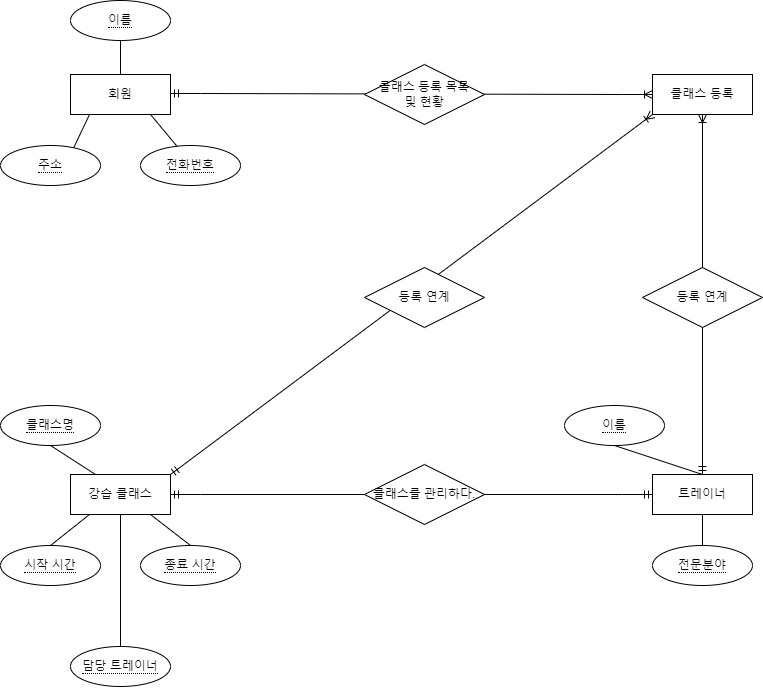
Above: Test/Question01_Diagram.png in EstherOVO/MySQL_Study (draw.io), before the change. Source tidied: cells renumbered, new cells last; positions are measured from the earlier drawing's top-left corner, leaving out a move shared by most shapes.
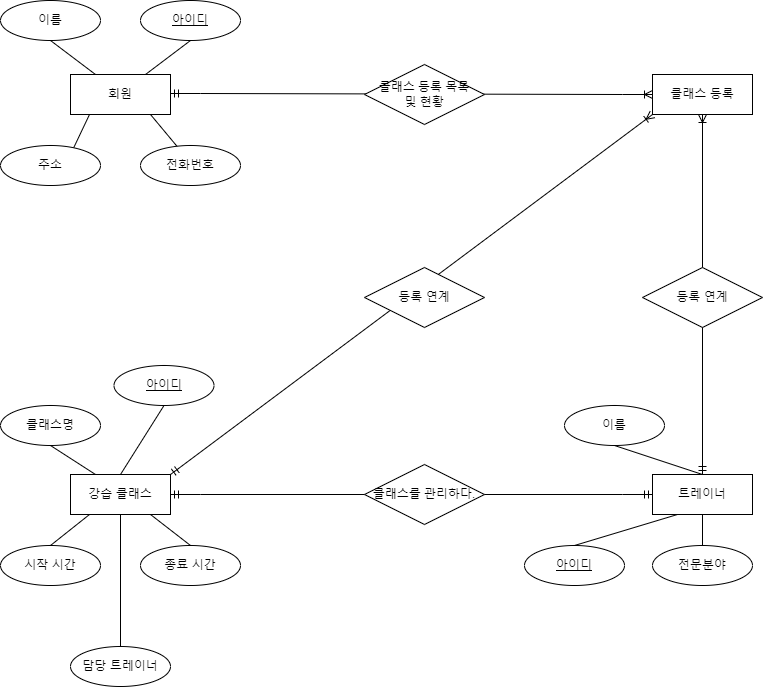
Later version of the same file.

Change to the diagram source:
```diff
@@ -28,7 +28,7 @@
         <mxPoint x="150" y="114" as="targetPoint" />
       </mxGeometry>
     </mxCell>
-    <mxCell id="9" value="&lt;span style=&quot;border-bottom: 1px dotted&quot;&gt;전화번호&lt;/span&gt;" style="ellipse;whiteSpace=wrap;html=1;align=center;" parent="1" vertex="1">
+    <mxCell id="9" value="전화번호" style="ellipse;whiteSpace=wrap;align=center;" parent="1" vertex="1">
       <mxGeometry x="140" y="145" width="100" height="40" as="geometry" />
     </mxCell>
     <mxCell id="10" style="endArrow=none;html=1;rounded=0;entryX=0.19;entryY=1;entryDx=0;entryDy=0;entryPerimeter=0;" parent="1" edge="1" target="3">
@@ -36,25 +36,25 @@
         <mxPoint x="60" y="175" as="sourcePoint" />
       </mxGeometry>
     </mxCell>
-    <mxCell id="11" value="&lt;span style=&quot;border-bottom: 1px dotted&quot;&gt;주소&lt;/span&gt;" style="ellipse;whiteSpace=wrap;html=1;align=center;" parent="1" vertex="1">
+    <mxCell id="11" value="주소" style="ellipse;whiteSpace=wrap;align=center;" parent="1" vertex="1">
       <mxGeometry y="145" width="100" height="40" as="geometry" />
     </mxCell>
-    <mxCell id="12" style="endArrow=none;html=1;rounded=0;entryX=0.5;entryY=0;entryDx=0;entryDy=0;exitX=0.5;exitY=1;exitDx=0;exitDy=0;" parent="1" edge="1" source="13" target="3">
+    <mxCell id="12" style="endArrow=none;html=1;rounded=0;entryX=0.25;entryY=0;entryDx=0;entryDy=0;exitX=0.5;exitY=1;exitDx=0;exitDy=0;" parent="1" edge="1" source="13" target="3">
       <mxGeometry relative="1" as="geometry" />
     </mxCell>
-    <mxCell id="13" value="&lt;span style=&quot;border-bottom: 1px dotted&quot;&gt;이름&lt;/span&gt;" style="ellipse;whiteSpace=wrap;html=1;align=center;" parent="1" vertex="1">
-      <mxGeometry x="70" width="100" height="40" as="geometry" />
+    <mxCell id="13" value="이름" style="ellipse;whiteSpace=wrap;align=center;fontStyle=0;verticalAlign=middle;" parent="1" vertex="1">
+      <mxGeometry width="100" height="40" as="geometry" />
     </mxCell>
     <mxCell id="14" style="endArrow=none;html=1;rounded=0;entryX=0.5;entryY=1;entryDx=0;entryDy=0;exitX=0.5;exitY=0;exitDx=0;exitDy=0;" parent="1" edge="1" source="15" target="4">
       <mxGeometry relative="1" as="geometry" />
     </mxCell>
-    <mxCell id="15" value="&lt;span style=&quot;border-bottom: 1px dotted&quot;&gt;전문분야&lt;/span&gt;" style="ellipse;whiteSpace=wrap;html=1;align=center;" parent="1" vertex="1">
+    <mxCell id="15" value="전문분야" style="ellipse;whiteSpace=wrap;align=center;" parent="1" vertex="1">
       <mxGeometry x="652" y="545" width="100" height="40" as="geometry" />
     </mxCell>
     <mxCell id="16" style="endArrow=none;html=1;rounded=0;exitX=0.5;exitY=1;exitDx=0;exitDy=0;entryX=0.5;entryY=0;entryDx=0;entryDy=0;" parent="1" edge="1" source="17" target="4">
       <mxGeometry relative="1" as="geometry" />
     </mxCell>
-    <mxCell id="17" value="&lt;span style=&quot;border-bottom: 1px dotted&quot;&gt;이름&lt;/span&gt;" style="ellipse;whiteSpace=wrap;html=1;align=center;" parent="1" vertex="1">
+    <mxCell id="17" value="이름" style="ellipse;whiteSpace=wrap;align=center;" parent="1" vertex="1">
       <mxGeometry x="564" y="405" width="100" height="40" as="geometry" />
     </mxCell>
     <mxCell id="18" style="endArrow=none;html=1;rounded=0;exitX=0.5;exitY=0;exitDx=0;exitDy=0;" parent="1" edge="1" source="19">
@@ -62,7 +62,7 @@
         <mxPoint x="150" y="514" as="targetPoint" />
       </mxGeometry>
     </mxCell>
-    <mxCell id="19" value="&lt;span style=&quot;border-bottom: 1px dotted&quot;&gt;종료 시간&lt;/span&gt;" style="ellipse;whiteSpace=wrap;html=1;align=center;" parent="1" vertex="1">
+    <mxCell id="19" value="종료 시간" style="ellipse;whiteSpace=wrap;align=center;" parent="1" vertex="1">
       <mxGeometry x="140" y="545" width="100" height="40" as="geometry" />
     </mxCell>
     <mxCell id="20" style="endArrow=none;html=1;rounded=0;entryX=0.19;entryY=1;entryDx=0;entryDy=0;entryPerimeter=0;exitX=0.5;exitY=0;exitDx=0;exitDy=0;" parent="1" edge="1" source="21">
@@ -70,19 +70,19 @@
         <mxPoint x="89" y="514" as="targetPoint" />
       </mxGeometry>
     </mxCell>
-    <mxCell id="21" value="&lt;span style=&quot;border-bottom: 1px dotted&quot;&gt;시작 시간&lt;/span&gt;" style="ellipse;whiteSpace=wrap;html=1;align=center;" parent="1" vertex="1">
+    <mxCell id="21" value="시작 시간" style="ellipse;whiteSpace=wrap;align=center;" parent="1" vertex="1">
       <mxGeometry y="545" width="100" height="40" as="geometry" />
     </mxCell>
     <mxCell id="22" style="endArrow=none;html=1;rounded=0;entryX=0.5;entryY=1;entryDx=0;entryDy=0;exitX=0.5;exitY=1;exitDx=0;exitDy=0;" parent="1" edge="1" source="23" target="5">
       <mxGeometry relative="1" as="geometry" />
     </mxCell>
-    <mxCell id="23" value="&lt;span style=&quot;border-bottom: 1px dotted&quot;&gt;담당 트레이너&lt;/span&gt;" style="ellipse;whiteSpace=wrap;html=1;align=center;" parent="1" vertex="1">
+    <mxCell id="23" value="담당 트레이너" style="ellipse;whiteSpace=wrap;align=center;" parent="1" vertex="1">
       <mxGeometry x="70" y="646" width="100" height="40" as="geometry" />
     </mxCell>
     <mxCell id="24" style="endArrow=none;html=1;rounded=0;entryX=0.25;entryY=0;entryDx=0;entryDy=0;exitX=0.5;exitY=1;exitDx=0;exitDy=0;" parent="1" edge="1" source="25" target="5">
       <mxGeometry relative="1" as="geometry" />
     </mxCell>
-    <mxCell id="25" value="&lt;span style=&quot;border-bottom: 1px dotted&quot;&gt;클래스명&lt;/span&gt;" style="ellipse;whiteSpace=wrap;html=1;align=center;" parent="1" vertex="1">
+    <mxCell id="25" value="클래스명" style="ellipse;whiteSpace=wrap;align=center;" parent="1" vertex="1">
       <mxGeometry y="405" width="100" height="40" as="geometry" />
     </mxCell>
     <mxCell id="26" style="endArrow=ERoneToMany;html=1;rounded=0;entryX=0.5;entryY=1;entryDx=0;entryDy=0;exitX=0.5;exitY=0;exitDx=0;exitDy=0;startArrow=ERmandOne;startFill=0;endFill=0;" parent="1" edge="1" source="4" target="6">
@@ -103,5 +103,23 @@
     <mxCell id="31" value="등록 연계" style="shape=rhombus;perimeter=rhombusPerimeter;whiteSpace=wrap;html=1;align=center;" parent="1" vertex="1">
       <mxGeometry x="642" y="267" width="120" height="60" as="geometry" />
     </mxCell>
+    <mxCell id="32" style="endArrow=none;html=1;rounded=0;entryX=0.75;entryY=0;entryDx=0;entryDy=0;exitX=0.5;exitY=1;exitDx=0;exitDy=0;" parent="1" edge="1" source="33" target="3">
+      <mxGeometry relative="1" as="geometry" />
+    </mxCell>
+    <mxCell id="33" value="아이디" style="ellipse;whiteSpace=wrap;html=1;align=center;fontStyle=4;" parent="1" vertex="1">
+      <mxGeometry x="140" width="100" height="40" as="geometry" />
+    </mxCell>
+    <mxCell id="34" style="endArrow=none;html=1;rounded=0;entryX=0.5;entryY=0;entryDx=0;entryDy=0;exitX=0.25;exitY=1;exitDx=0;exitDy=0;" parent="1" edge="1" source="4" target="35">
+      <mxGeometry relative="1" as="geometry" />
+    </mxCell>
+    <mxCell id="35" value="아이디" style="ellipse;whiteSpace=wrap;html=1;align=center;fontStyle=4;" parent="1" vertex="1">
+      <mxGeometry x="524" y="545" width="100" height="40" as="geometry" />
+    </mxCell>
+    <mxCell id="36" style="endArrow=none;html=1;rounded=0;entryX=0.5;entryY=1;entryDx=0;entryDy=0;exitX=0.5;exitY=0;exitDx=0;exitDy=0;" parent="1" edge="1" source="5" target="37">
+      <mxGeometry relative="1" as="geometry" />
+    </mxCell>
+    <mxCell id="37" value="아이디" style="ellipse;whiteSpace=wrap;html=1;align=center;fontStyle=4;" parent="1" vertex="1">
+      <mxGeometry x="113.5" y="365" width="100" height="40" as="geometry" />
+    </mxCell>
   </root>
 </mxGraphModel>
```
